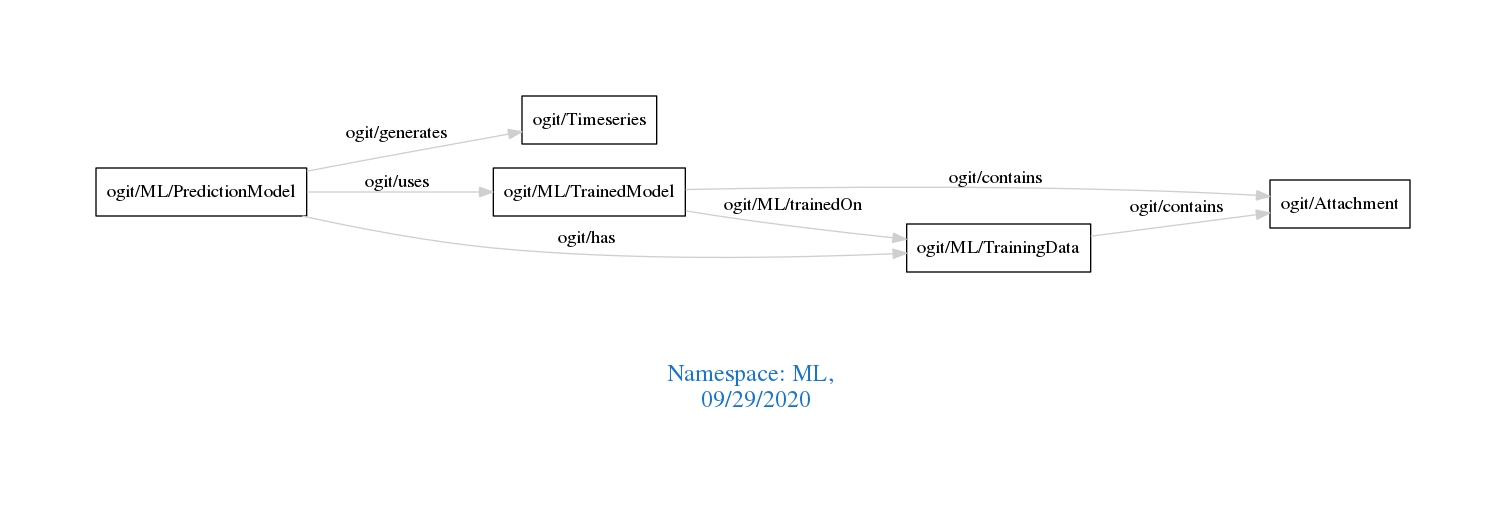
Above: downloads/ML.png in arago/OGIT (Graphviz), before the change. Its source is kept beside it as downloads/ML.dot.
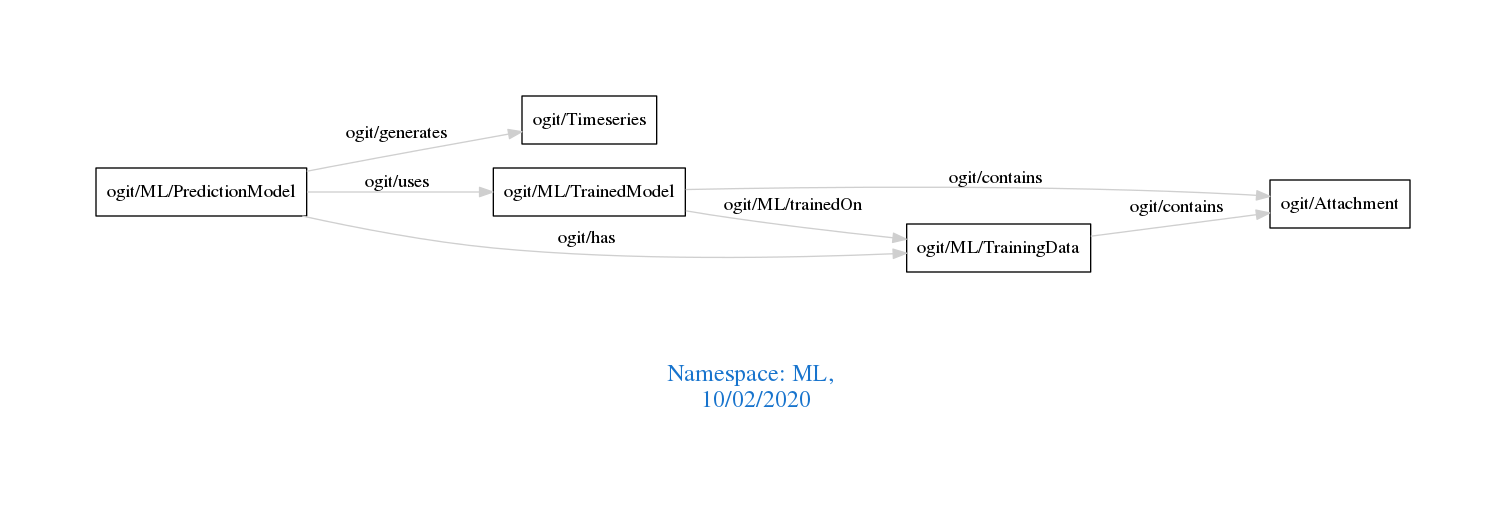
The same file after the commit.

The edit, as a diff of the source:
```diff
@@ -1,7 +1,7 @@
 digraph OGIT_ontology {
  graph [ rankdir= LR,pad=1
 fontsize = 18,
-fontcolor= dodgerblue3,label = "\n\n\nNamespace: ML, \n 09/29/2020"];
+fontcolor= dodgerblue3,label = "\n\n\nNamespace: ML, \n 10/02/2020"];
 node[shape=polygon];
 edge [  color="gray81"];
 
```
